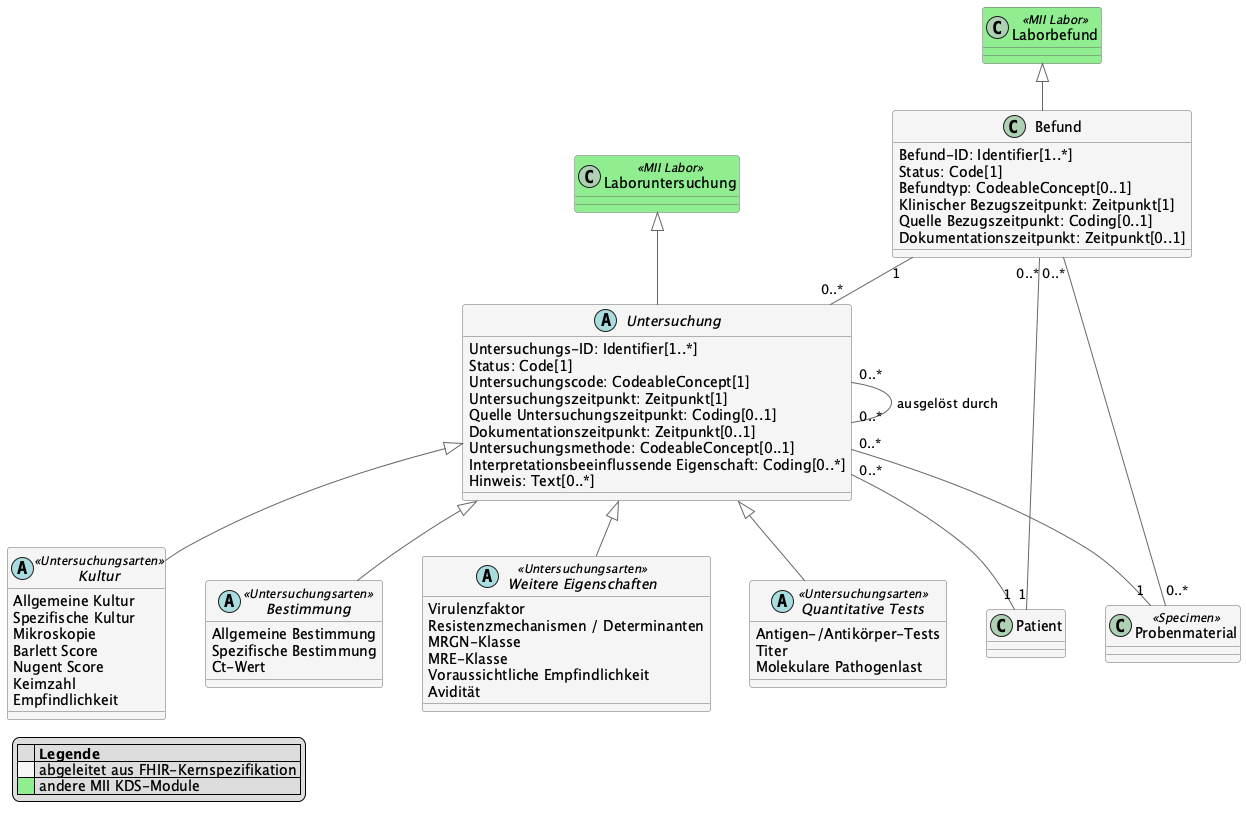
This is implementation-guides/modulmikrobio-2027/images/mii-mikrobio-informationsmodell.png from medizininformatik-initiative/kerndatensatzmodul-mikrobiologie, a PlantUML export, as it was before one commit. The source it was exported from:
```plantuml
@startuml

skinparam shadowing false
skinparam classAttributeIconSize 0
skinparam nodesep 40
skinparam ranksep 45

skinparam class {
  BorderColor #666666
  BackgroundColor #F5F5F5
  ArrowColor #666666
  FontStyle bold
  AttributeFontStyle plain
}

class Laborbefund <<MII Labor>> #90EE90
class Laboruntersuchung <<MII Labor>> #90EE90

class Patient #F5F5F5
class Probenmaterial <<Specimen>> #F5F5F5

class Befund {
  Befund-ID: Identifier[1..*]
  Status: Code[1]
  Befundtyp: CodeableConcept[0..1]
  Klinischer Bezugszeitpunkt: Zeitpunkt[1]
  Quelle Bezugszeitpunkt: Coding[0..1]
  Dokumentationszeitpunkt: Zeitpunkt[0..1]
}

abstract class Untersuchung {
  Untersuchungs-ID: Identifier[1..*]
  Status: Code[1]
  Untersuchungscode: CodeableConcept[1]
  Untersuchungszeitpunkt: Zeitpunkt[1]
  Quelle Untersuchungszeitpunkt: Coding[0..1]
  Dokumentationszeitpunkt: Zeitpunkt[0..1]
  Untersuchungsmethode: CodeableConcept[0..1]
  Interpretationsbeeinflussende Eigenschaft: Coding[0..*]
  Hinweis: Text[0..*]
}

abstract class Kultur <<Untersuchungsarten>> {
  Allgemeine Kultur
  Spezifische Kultur
  Mikroskopie
  Barlett Score
  Nugent Score
  Keimzahl
  Empfindlichkeit
}

abstract class Bestimmung <<Untersuchungsarten>> {
  Allgemeine Bestimmung
  Spezifische Bestimmung
  Ct-Wert
}

abstract class "Weitere Eigenschaften" as WeitereEigenschaften <<Untersuchungsarten>> {
  Virulenzfaktor
  Resistenzmechanismen / Determinanten
  MRGN-Klasse
  MRE-Klasse
  Voraussichtliche Empfindlichkeit
  Avidität
}

abstract class "Quantitative Tests" as QuantitativeTests <<Untersuchungsarten>> {
  Antigen-/Antikörper-Tests
  Titer
  Molekulare Pathogenlast
}

Laborbefund <|-- Befund
Laboruntersuchung <|-- Untersuchung

Befund "1" -- "0..*" Untersuchung
Befund "0..*" -- "1" Patient
Befund "0..*" -- "0..*" Probenmaterial

Untersuchung "0..*" -- "1" Patient
Untersuchung "0..*" -- "1" Probenmaterial
Untersuchung "0..*" -- "0..*" Untersuchung : ausgelöst durch

Untersuchung <|-- Kultur
Untersuchung <|-- Bestimmung
Untersuchung <|-- WeitereEigenschaften
Untersuchung <|-- QuantitativeTests

legend bottom left
|= |= Legende |
|<#F5F5F5>    | abgeleitet aus FHIR-Kernspezifikation |
|<#90EE90>    | andere MII KDS-Module |
endlegend

@enduml
```
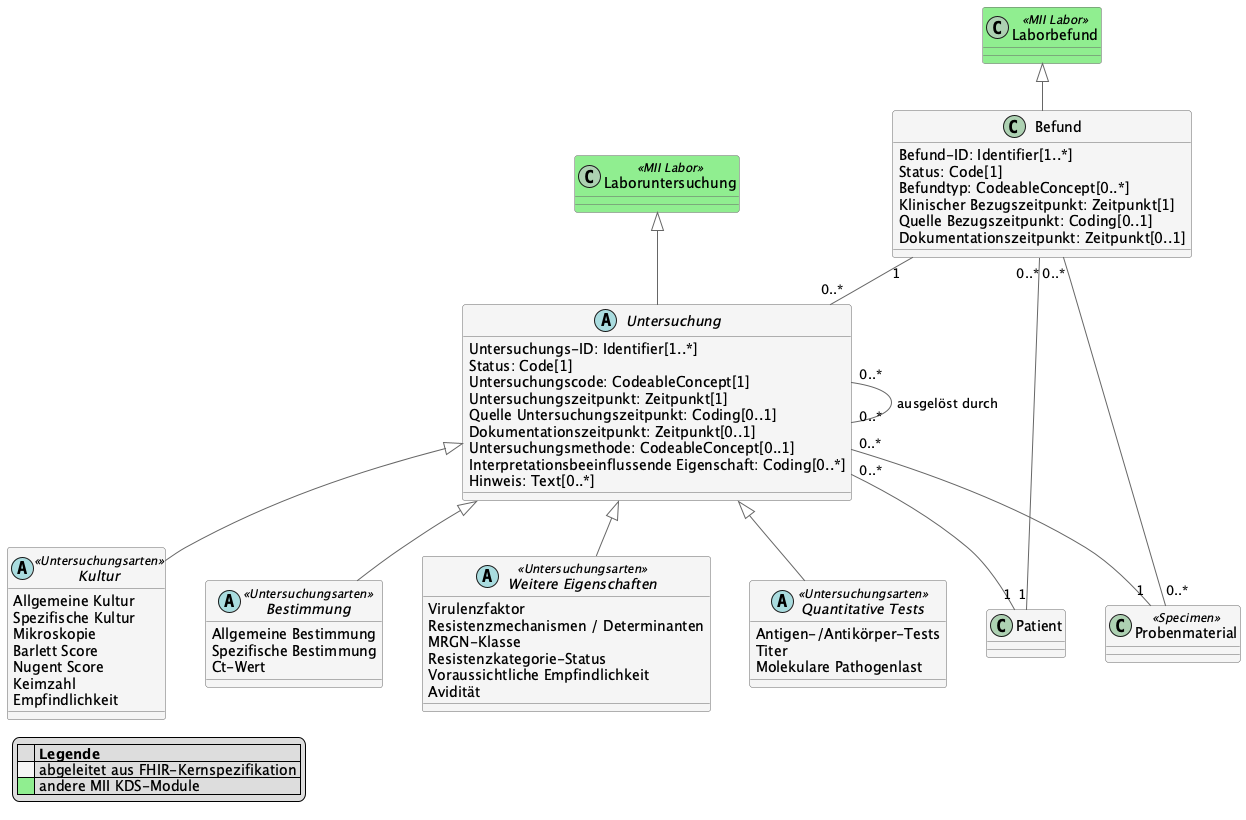
Later version of the same file.

Diff of the diagram source:
```diff
@@ -22,7 +22,7 @@
 class Befund {
   Befund-ID: Identifier[1..*]
   Status: Code[1]
-  Befundtyp: CodeableConcept[0..1]
+  Befundtyp: CodeableConcept[0..*]
   Klinischer Bezugszeitpunkt: Zeitpunkt[1]
   Quelle Bezugszeitpunkt: Coding[0..1]
   Dokumentationszeitpunkt: Zeitpunkt[0..1]
@@ -60,7 +60,7 @@
   Virulenzfaktor
   Resistenzmechanismen / Determinanten
   MRGN-Klasse
-  MRE-Klasse
+  Resistenzkategorie-Status
   Voraussichtliche Empfindlichkeit
   Avidität
 }
```
